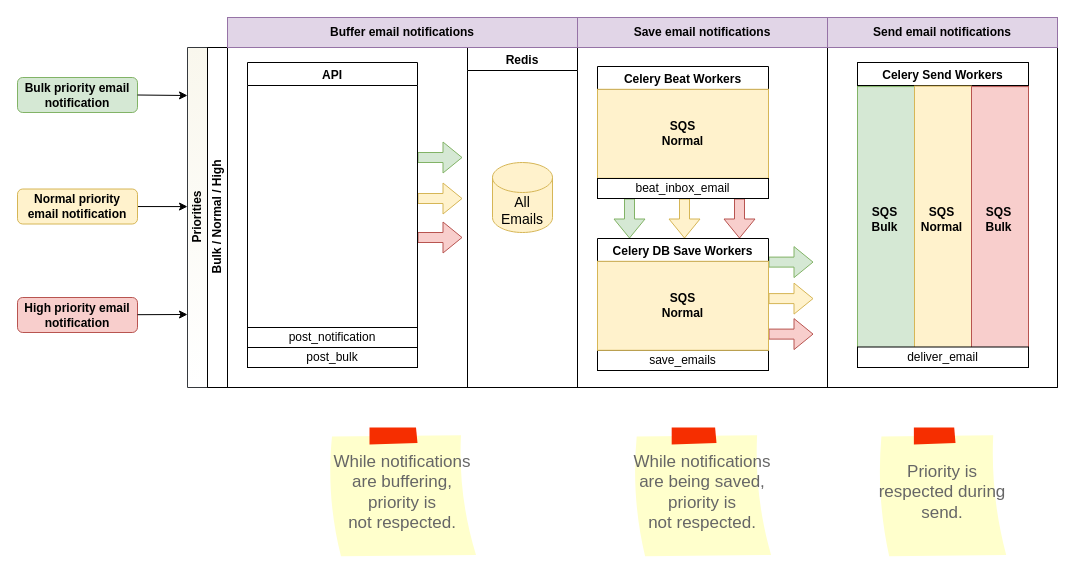
Above: records/diagrams/2022-03-08.priority-lanes/current-lanes-setup.drawio in cds-snc/notification-adr (draw.io), before the change. Source tidied: cells renumbered, new cells numbered last; positions are measured from the earlier drawing's top-left corner, leaving out a move shared by most shapes. Both pictures are drawn from the tidied source at 100%, with x=0, y=0 at pixel (17, 17).
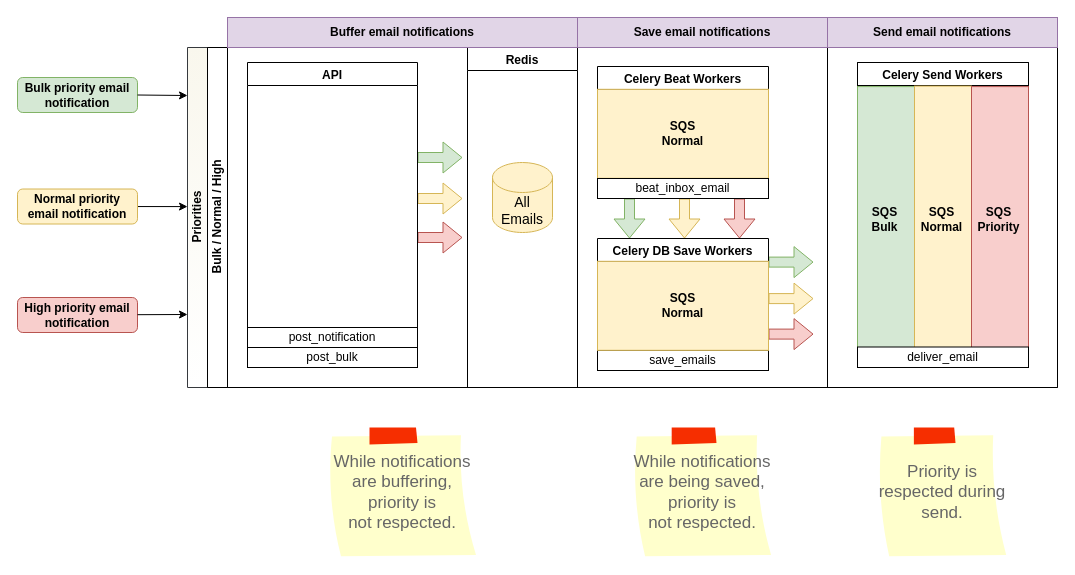
The same page after the edit.

Commit message (it also covers changes not shown here):
chore(typo): re-label priority queue in next and current diagrams (it was labeled as bulk)

The change refers to these unchanged cells:
```xml
<mxCell id="35" value="Celery Send Workers" style="swimlane;" parent="34" vertex="1">
  <mxGeometry width="171" height="290" as="geometry" />
</mxCell>
```

Change to the diagram source:
```diff
@@
-    <mxCell id="41" value="&lt;b&gt;SQS Bulk&lt;/b&gt;" style="text;html=1;strokeColor=none;fillColor=none;align=center;verticalAlign=middle;whiteSpace=wrap;rounded=0;" parent="35" vertex="1">
+    <mxCell id="41" value="&lt;b&gt;SQS Priority&lt;/b&gt;" style="text;html=1;strokeColor=none;fillColor=none;align=center;verticalAlign=middle;whiteSpace=wrap;rounded=0;" parent="35" vertex="1">
       <mxGeometry x="114" y="127" width="55" height="60.2" as="geometry" />
     </mxCell>
```
